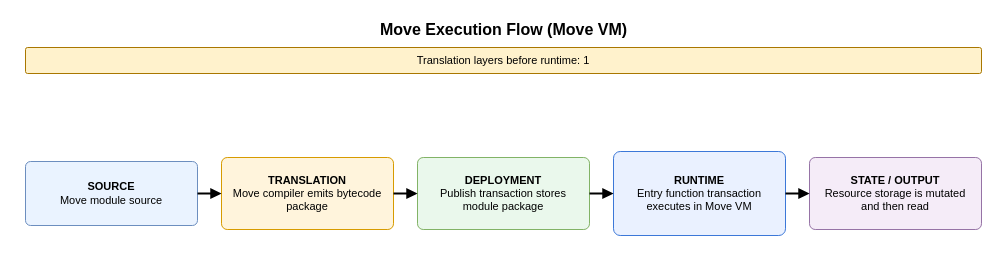
This is assets/contracting_flows/move_flow.drawio from Endogen/xian-tech-website, a draw.io file, before an edit. Source tidied: cells renumbered, new cells numbered last; positions are measured from the earlier drawing's top-left corner, leaving out a move shared by most shapes. Both pictures are drawn from the tidied source at 100%, with x=0, y=0 at pixel (17, 17).
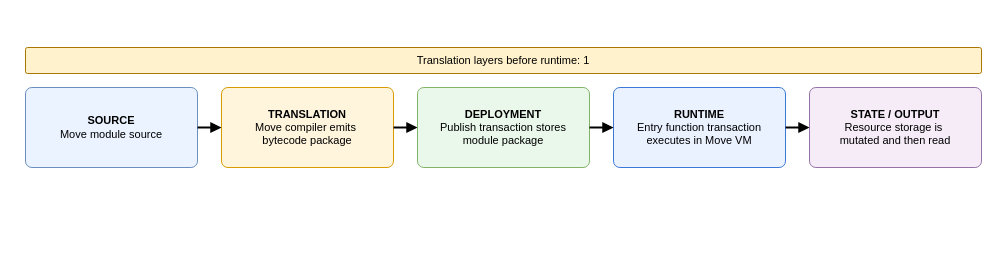
After the change.

The edit, as a diff of the source:
```diff
@@
 <mxGraphModel>
   <root>
     <mxCell id="0" />
     <mxCell id="1" parent="0" />
-    <mxCell id="2" value="Move Execution Flow (Move VM)" style="text;html=1;strokeColor=none;fillColor=none;align=center;verticalAlign=middle;fontSize=16;fontStyle=1;" parent="1" vertex="1">
-      <mxGeometry width="972" height="24" as="geometry" />
-    </mxCell>
     <mxCell id="3" value="Translation layers before runtime: 1" style="rounded=1;whiteSpace=wrap;html=1;arcSize=8;fillColor=#FFF2CC;strokeColor=#A97700;fontSize=11;align=center;verticalAlign=middle;" parent="1" vertex="1">
       <mxGeometry x="8" y="30" width="956" height="26" as="geometry" />
     </mxCell>
     <mxCell id="4" value="&lt;b&gt;SOURCE&lt;/b&gt;&lt;br&gt;Move module source" style="rounded=1;whiteSpace=wrap;html=1;arcSize=8;fillColor=#EAF3FF;strokeColor=#6C8EBF;fontSize=11;align=center;verticalAlign=middle;spacing=6;" parent="1" vertex="1">
-      <mxGeometry x="8" y="144" width="172" height="64" as="geometry" />
+      <mxGeometry x="8" y="70" width="172" height="80" as="geometry" />
     </mxCell>
-    <mxCell id="5" value="&lt;b&gt;TRANSLATION&lt;/b&gt;&lt;br&gt;Move compiler emits bytecode package" style="rounded=1;whiteSpace=wrap;html=1;arcSize=8;fillColor=#FFF4DC;strokeColor=#D79B00;fontSize=11;align=center;verticalAlign=middle;spacing=6;" parent="1" vertex="1">
-      <mxGeometry x="204" y="140" width="172" height="72" as="geometry" />
+    <mxCell id="5" value="&lt;b&gt;TRANSLATION&lt;/b&gt;&lt;br&gt;Move compiler emits&amp;nbsp;&lt;div&gt;bytecode package&lt;/div&gt;" style="rounded=1;whiteSpace=wrap;html=1;arcSize=8;fillColor=#FFF4DC;strokeColor=#D79B00;fontSize=11;align=center;verticalAlign=middle;spacing=6;" parent="1" vertex="1">
+      <mxGeometry x="204" y="70" width="172" height="80" as="geometry" />
     </mxCell>
     <mxCell id="6" value="&lt;b&gt;DEPLOYMENT&lt;/b&gt;&lt;br&gt;Publish transaction stores module package" style="rounded=1;whiteSpace=wrap;html=1;arcSize=8;fillColor=#EAF8EC;strokeColor=#82B366;fontSize=11;align=center;verticalAlign=middle;spacing=6;" parent="1" vertex="1">
-      <mxGeometry x="400" y="140" width="172" height="72" as="geometry" />
+      <mxGeometry x="400" y="70" width="172" height="80" as="geometry" />
     </mxCell>
     <mxCell id="7" value="&lt;b&gt;RUNTIME&lt;/b&gt;&lt;br&gt;Entry function transaction executes in Move VM" style="rounded=1;whiteSpace=wrap;html=1;arcSize=8;fillColor=#EAF1FF;strokeColor=#3C78D8;fontSize=11;align=center;verticalAlign=middle;spacing=6;" parent="1" vertex="1">
-      <mxGeometry x="596" y="134" width="172" height="84" as="geometry" />
+      <mxGeometry x="596" y="70" width="172" height="80" as="geometry" />
     </mxCell>
-    <mxCell id="8" value="&lt;b&gt;STATE / OUTPUT&lt;/b&gt;&lt;br&gt;Resource storage is mutated and then read" style="rounded=1;whiteSpace=wrap;html=1;arcSize=8;fillColor=#F5ECF8;strokeColor=#9673A6;fontSize=11;align=center;verticalAlign=middle;spacing=6;" parent="1" vertex="1">
-      <mxGeometry x="792" y="140" width="172" height="72" as="geometry" />
+    <mxCell id="8" value="&lt;b&gt;STATE / OUTPUT&lt;/b&gt;&lt;br&gt;Resource storage is&amp;nbsp;&lt;div&gt;mutated and then read&lt;/div&gt;" style="rounded=1;whiteSpace=wrap;html=1;arcSize=8;fillColor=#F5ECF8;strokeColor=#9673A6;fontSize=11;align=center;verticalAlign=middle;spacing=6;" parent="1" vertex="1">
+      <mxGeometry x="792" y="70" width="172" height="80" as="geometry" />
     </mxCell>
     <mxCell id="9" style="endArrow=block;endFill=1;html=1;rounded=1;strokeWidth=2;edgeStyle=orthogonalEdgeStyle;" parent="1" edge="1" source="4" target="5">
       <mxGeometry relative="1" as="geometry" />
     </mxCell>
     <mxCell id="10" style="endArrow=block;endFill=1;html=1;rounded=1;strokeWidth=2;edgeStyle=orthogonalEdgeStyle;" parent="1" edge="1" source="5" target="6">
       <mxGeometry relative="1" as="geometry" />
     </mxCell>
     <mxCell id="11" style="endArrow=block;endFill=1;html=1;rounded=1;strokeWidth=2;edgeStyle=orthogonalEdgeStyle;" parent="1" edge="1" source="6" target="7">
       <mxGeometry relative="1" as="geometry" />
     </mxCell>
     <mxCell id="12" style="endArrow=block;endFill=1;html=1;rounded=1;strokeWidth=2;edgeStyle=orthogonalEdgeStyle;" parent="1" edge="1" source="7" target="8">
       <mxGeometry relative="1" as="geometry" />
     </mxCell>
   </root>
 </mxGraphModel>
```
